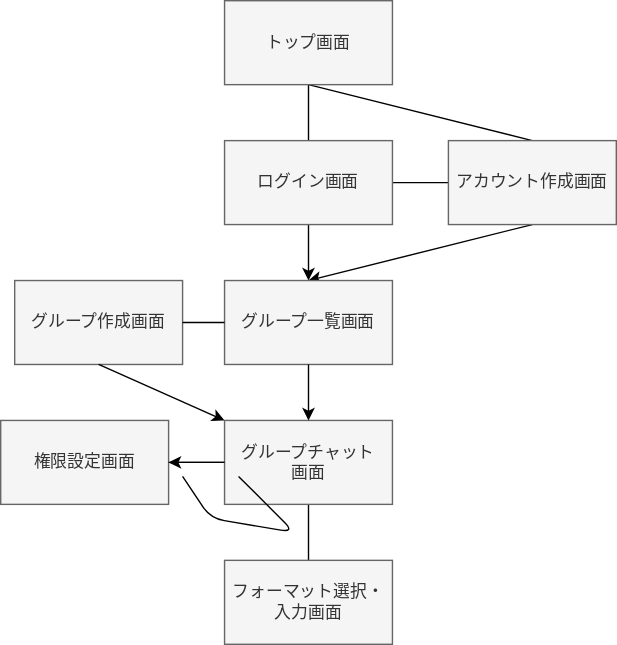
The draw.io diagram document.drawio.svg in nkc-ug/PSI, before a commit. Source tidied: cells renumbered, new cells last; positions are measured from the earlier drawing's top-left corner, leaving out a move shared by most shapes.
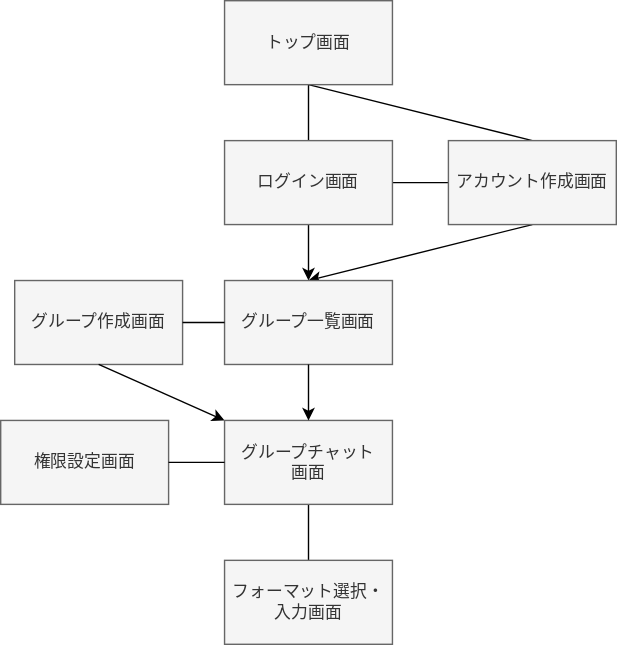
The same diagram one commit later.

Commit message:
画面を追加

Diff of the diagram source:
```diff
@@ -50,30 +50,17 @@
         <mxPoint x="160" y="300" as="targetPoint" />
       </mxGeometry>
     </mxCell>
-    <mxCell id="16" style="edgeStyle=none;html=1;" parent="1" edge="1" source="17" target="18">
-      <mxGeometry relative="1" as="geometry" />
-    </mxCell>
     <mxCell id="17" value="グループチャット&lt;br&gt;画面" style="whiteSpace=wrap;html=1;fillColor=#f5f5f5;fontColor=#333333;strokeColor=#666666;" parent="1" vertex="1">
       <mxGeometry x="160" y="300" width="120" height="60" as="geometry" />
     </mxCell>
     <mxCell id="18" value="権限設定画面" style="whiteSpace=wrap;html=1;fillColor=#f5f5f5;fontColor=#333333;strokeColor=#666666;" parent="1" vertex="1">
       <mxGeometry y="300" width="120" height="60" as="geometry" />
     </mxCell>
-    <mxCell id="19" style="edgeStyle=none;html=1;entryX=1;entryY=0.5;entryDx=0;entryDy=0;endArrow=none;endFill=0;exitX=0;exitY=0.5;exitDx=0;exitDy=0;" parent="1" edge="1" source="17" target="18">
-      <mxGeometry relative="1" as="geometry" />
-    </mxCell>
-    <mxCell id="20" style="edgeStyle=none;html=1;entryX=1;entryY=0.5;entryDx=0;entryDy=0;endArrow=none;endFill=0;exitX=0;exitY=0.5;exitDx=0;exitDy=0;" parent="1" edge="1">
-      <mxGeometry relative="1" as="geometry">
-        <mxPoint x="170" y="340" as="sourcePoint" />
-        <mxPoint x="130" y="340" as="targetPoint" />
-        <Array as="points">
-          <mxPoint x="210" y="380" />
-          <mxPoint x="150" y="370" />
-        </Array>
-      </mxGeometry>
-    </mxCell>
     <mxCell id="21" style="edgeStyle=none;html=1;entryX=0.5;entryY=0;entryDx=0;entryDy=0;endArrow=classic;endFill=1;exitX=0.5;exitY=1;exitDx=0;exitDy=0;" parent="1" edge="1" source="10" target="17">
       <mxGeometry relative="1" as="geometry" />
     </mxCell>
+    <mxCell id="22" style="edgeStyle=none;html=1;endArrow=none;endFill=0;exitX=1;exitY=0.5;exitDx=0;exitDy=0;entryX=0;entryY=0.5;entryDx=0;entryDy=0;" parent="1" edge="1" source="18" target="17">
+      <mxGeometry relative="1" as="geometry" />
+    </mxCell>
   </root>
 </mxGraphModel>
```
